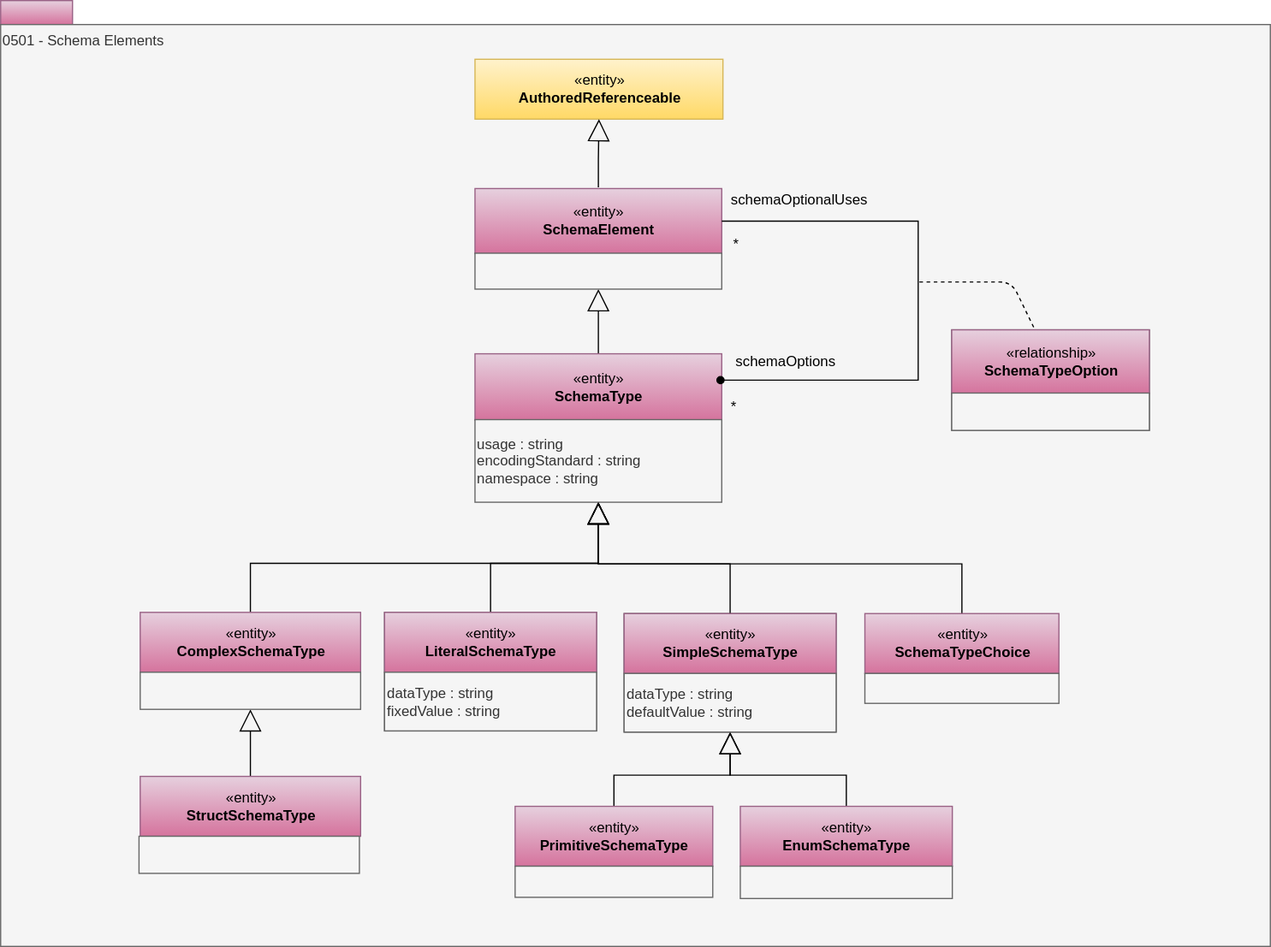
This is site/docs/types/5/0501-Schema-Elements.svg from odpi/egeria-docs, a draw.io export, as it was before one commit. Source tidied: cells renumbered, new cells last; positions are measured from the earlier drawing's top-left corner, leaving out a move shared by most shapes.
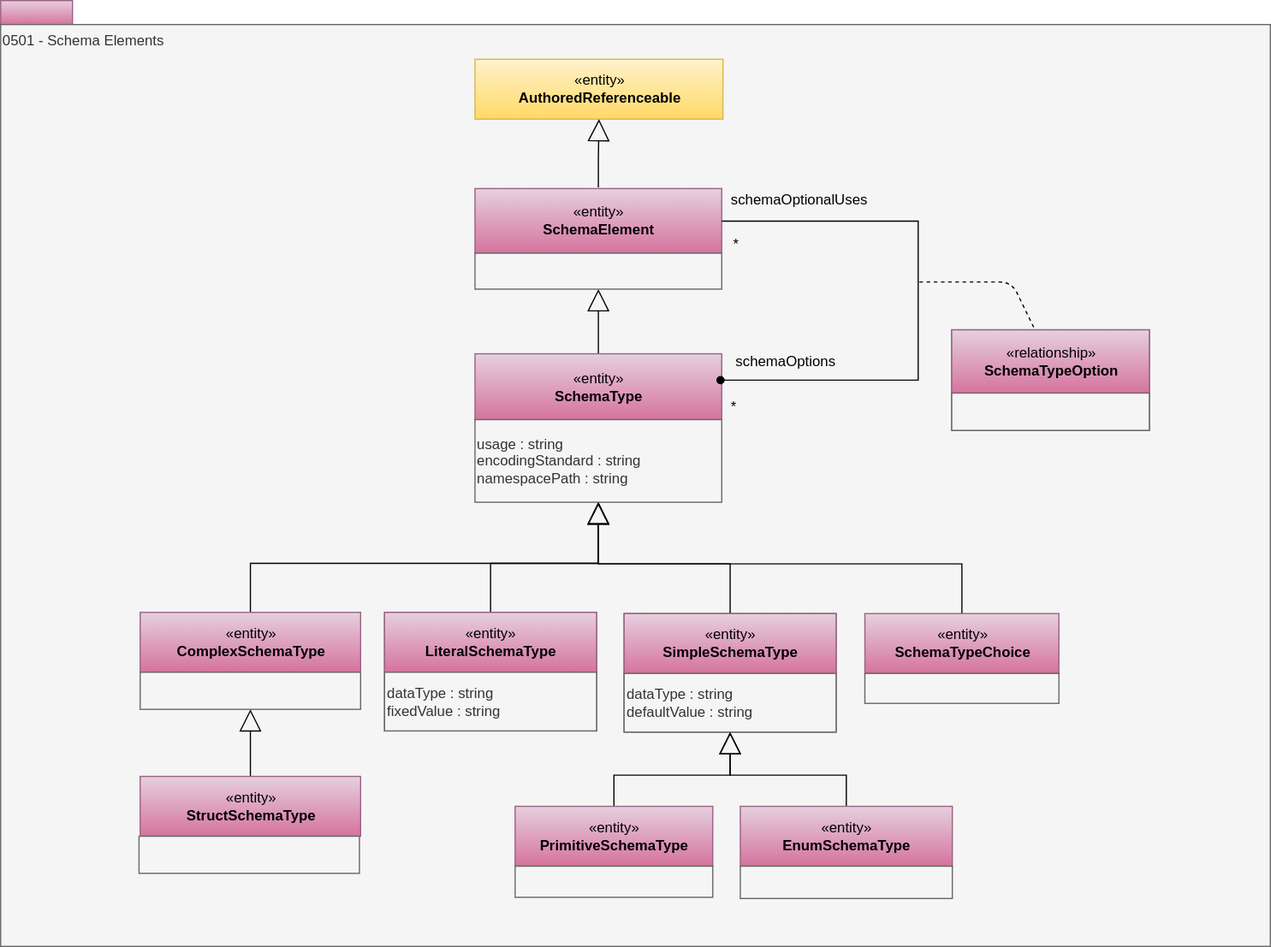
The same diagram one commit later.

What changed in the source:
```diff
@@ -74,7 +74,7 @@
     <mxCell id="22" value="«entity»&lt;br&gt;&lt;b&gt;SchemaType&lt;/b&gt;" style="html=1;strokeColor=#996185;align=center;fillColor=#e6d0de;gradientColor=#d5739d;" parent="1" vertex="1">
       <mxGeometry x="396" y="295" width="206" height="55.4" as="geometry" />
     </mxCell>
-    <mxCell id="23" value="usage : string&lt;br&gt;encodingStandard : string&lt;br&gt;namespace : string&lt;br&gt;&lt;div style=&quot;text-align: left&quot;&gt;&lt;/div&gt;" style="rounded=0;whiteSpace=wrap;html=1;strokeColor=#666666;align=left;fillColor=#f5f5f5;fontColor=#333333;" parent="1" vertex="1">
+    <mxCell id="23" value="usage : string&lt;br&gt;encodingStandard : string&lt;br&gt;namespacePath : string&lt;br&gt;&lt;div style=&quot;text-align: left&quot;&gt;&lt;/div&gt;" style="rounded=0;whiteSpace=wrap;html=1;strokeColor=#666666;align=left;fillColor=#f5f5f5;fontColor=#333333;" parent="1" vertex="1">
       <mxGeometry x="396" y="350" width="206" height="69" as="geometry" />
     </mxCell>
     <mxCell id="24" value="«entity»&lt;br&gt;&lt;b&gt;SchemaElement&lt;/b&gt;" style="html=1;strokeColor=#996185;align=center;fillColor=#e6d0de;gradientColor=#d5739d;" parent="1" vertex="1">
```
